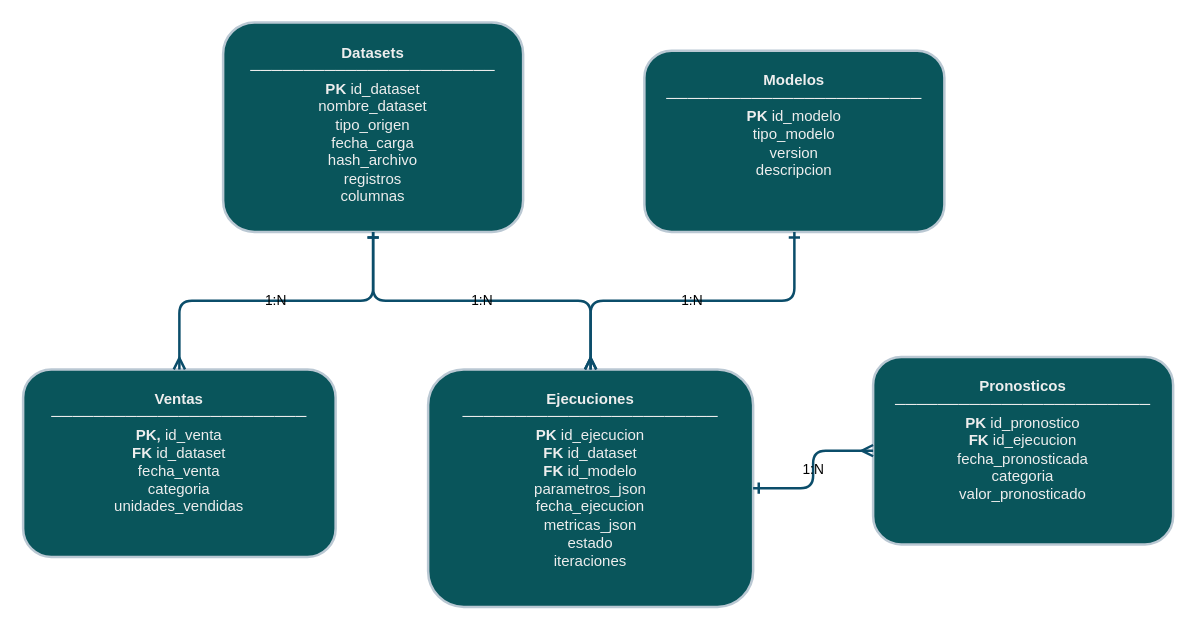
The draw.io diagram doc/diagramas/Modelo_sistema.drawio in roguef07/TFM_Equipo_15, before the edit. Source tidied: cells renumbered, new cells numbered last; positions are measured from the earlier drawing's top-left corner, leaving out a move shared by most shapes. Both pictures are drawn from the tidied source at 125%, with x=0, y=0 at pixel (22, 21).
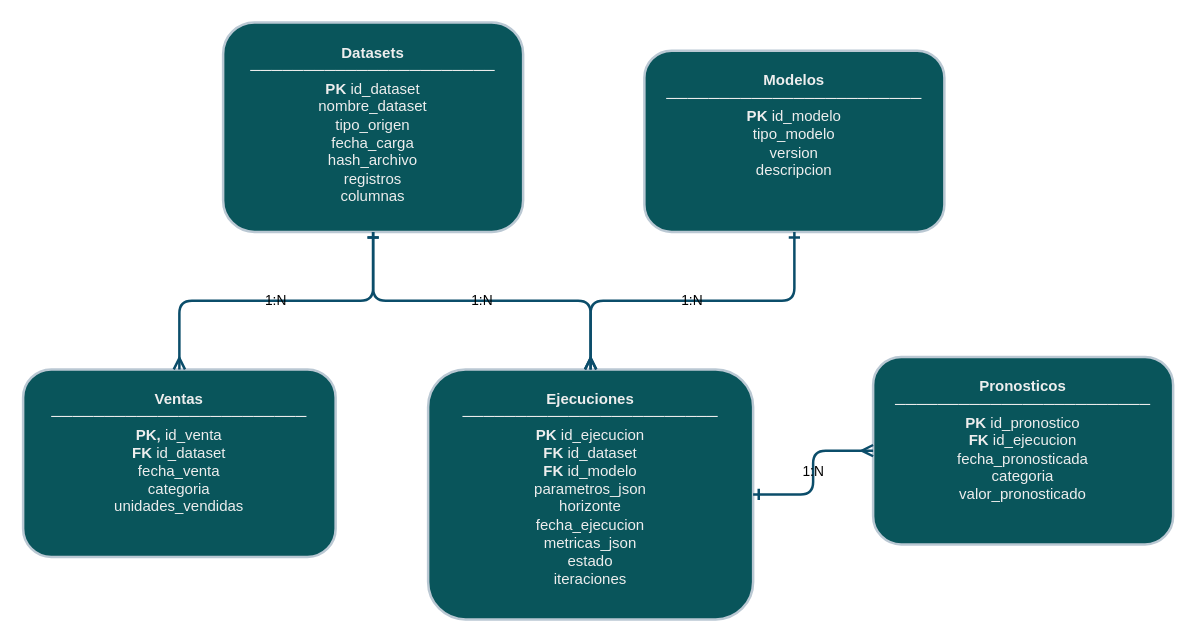
Above is the later version.

Commit message (it also covers changes not shown here):
corregido diagrama

What changed in the source:
```diff
@@
 <mxGraphModel>
   <root>
     <mxCell id="0" />
     <mxCell id="1" parent="0" />
     <mxCell id="2" value="&lt;font style=&quot;&quot;&gt;Datasets&lt;br&gt;───────────────────────&lt;br&gt;PK&lt;span style=&quot;font-weight: normal;&quot;&gt; id_dataset&lt;br&gt;nombre_dataset&lt;br&gt;tipo_origen&lt;br&gt;fecha_carga&lt;br&gt;hash_archivo&lt;br&gt;registros&lt;/span&gt;&lt;/font&gt;&lt;div&gt;&lt;font style=&quot;&quot;&gt;&lt;span style=&quot;font-weight: normal;&quot;&gt;columnas&lt;/span&gt;&lt;/font&gt;&lt;/div&gt;" style="rounded=1;whiteSpace=wrap;html=1;strokeWidth=2;fontFamily=Helvetica;fontSize=12;fontStyle=1;align=center;verticalAlign=top;spacingTop=10;labelBackgroundColor=none;fillColor=#09555B;strokeColor=#BAC8D3;fontColor=#EEEEEE;" parent="1" vertex="1">
       <mxGeometry x="160" y="0.5" width="240" height="167.5" as="geometry" />
     </mxCell>
     <mxCell id="3" value="&lt;font style=&quot;&quot;&gt;Modelos&lt;br&gt;────────────────────────&lt;br&gt;PK &lt;span style=&quot;font-weight: normal;&quot;&gt;id_modelo&lt;br&gt;&lt;/span&gt;&lt;/font&gt;&lt;div&gt;&lt;font style=&quot;&quot;&gt;&lt;span style=&quot;font-weight: normal;&quot;&gt;tipo_modelo&lt;/span&gt;&lt;/font&gt;&lt;/div&gt;&lt;div&gt;&lt;font style=&quot;&quot;&gt;&lt;span style=&quot;font-weight: normal;&quot;&gt;version&lt;br&gt;descripcion&lt;/span&gt;&lt;/font&gt;&lt;/div&gt;" style="rounded=1;whiteSpace=wrap;html=1;strokeWidth=2;fontFamily=Helvetica;fontSize=12;fontStyle=1;align=center;verticalAlign=top;spacingTop=10;labelBackgroundColor=none;fillColor=#09555B;strokeColor=#BAC8D3;fontColor=#EEEEEE;" parent="1" vertex="1">
       <mxGeometry x="497" y="23" width="240" height="145" as="geometry" />
     </mxCell>
     <mxCell id="4" value="&lt;font style=&quot;&quot;&gt;Ventas&lt;br&gt;────────────────────────&lt;br&gt;PK,&amp;nbsp;&lt;span style=&quot;font-weight: normal;&quot;&gt;id_venta&lt;/span&gt;&lt;br&gt;FK&lt;span style=&quot;font-weight: normal;&quot;&gt; id_dataset&lt;/span&gt;&lt;br&gt;&lt;span style=&quot;font-weight: normal;&quot;&gt;fecha_venta&lt;br&gt;categoria&lt;/span&gt;&lt;/font&gt;&lt;div&gt;&lt;font style=&quot;&quot;&gt;&lt;span style=&quot;font-weight: normal;&quot;&gt;unidades_vendidas&lt;/span&gt;&lt;/font&gt;&lt;/div&gt;" style="rounded=1;whiteSpace=wrap;html=1;strokeWidth=2;fontFamily=Helvetica;fontSize=12;fontStyle=1;align=center;verticalAlign=top;spacingTop=10;labelBackgroundColor=none;fillColor=#09555B;strokeColor=#BAC8D3;fontColor=#EEEEEE;" parent="1" vertex="1">
       <mxGeometry y="278" width="250" height="150" as="geometry" />
     </mxCell>
-    <mxCell id="5" value="&lt;font style=&quot;&quot;&gt;Ejecuciones&lt;br&gt;────────────────────────&lt;br&gt;PK &lt;span style=&quot;font-weight: normal;&quot;&gt;id_ejecucion&lt;/span&gt;&lt;br&gt;FK &lt;span style=&quot;font-weight: normal;&quot;&gt;id_dataset&lt;/span&gt;&lt;br&gt;FK &lt;span style=&quot;font-weight: normal;&quot;&gt;id_modelo&lt;br&gt;parametros_json&lt;br&gt;fecha_ejecucion&lt;br&gt;metricas_json&lt;br&gt;estado&lt;br&gt;iteraciones&lt;/span&gt;&lt;/font&gt;" style="rounded=1;whiteSpace=wrap;html=1;strokeWidth=2;fontFamily=Helvetica;fontSize=12;fontStyle=1;align=center;verticalAlign=top;spacingTop=10;labelBackgroundColor=none;fillColor=#09555B;strokeColor=#BAC8D3;fontColor=#EEEEEE;" parent="1" vertex="1">
-      <mxGeometry x="324" y="278" width="260" height="190" as="geometry" />
+    <mxCell id="5" value="&lt;font style=&quot;&quot;&gt;Ejecuciones&lt;br&gt;────────────────────────&lt;br&gt;PK &lt;span style=&quot;font-weight: normal;&quot;&gt;id_ejecucion&lt;/span&gt;&lt;br&gt;FK &lt;span style=&quot;font-weight: normal;&quot;&gt;id_dataset&lt;/span&gt;&lt;br&gt;FK &lt;span style=&quot;font-weight: normal;&quot;&gt;id_modelo&lt;br&gt;parametros_json&lt;/span&gt;&lt;/font&gt;&lt;div&gt;&lt;font style=&quot;&quot;&gt;&lt;span style=&quot;font-weight: normal;&quot;&gt;horizonte&lt;br&gt;fecha_ejecucion&lt;br&gt;metricas_json&lt;br&gt;estado&lt;br&gt;iteraciones&lt;/span&gt;&lt;/font&gt;&lt;/div&gt;" style="rounded=1;whiteSpace=wrap;html=1;strokeWidth=2;fontFamily=Helvetica;fontSize=12;fontStyle=1;align=center;verticalAlign=top;spacingTop=10;labelBackgroundColor=none;fillColor=#09555B;strokeColor=#BAC8D3;fontColor=#EEEEEE;" parent="1" vertex="1">
+      <mxGeometry x="324" y="278" width="260" height="200" as="geometry" />
     </mxCell>
     <mxCell id="6" value="&lt;font style=&quot;&quot;&gt;Pronosticos&lt;br&gt;────────────────────────&lt;br&gt;PK &lt;span style=&quot;font-weight: normal;&quot;&gt;id_pronostico&lt;/span&gt;&lt;br&gt;FK&lt;span style=&quot;font-weight: normal;&quot;&gt; id_ejecucion&lt;br&gt;fecha_pronosticada&lt;br&gt;categoria&lt;br&gt;valor_pronosticado&lt;/span&gt;&lt;/font&gt;" style="rounded=1;whiteSpace=wrap;html=1;strokeWidth=2;fontFamily=Helvetica;fontSize=12;fontStyle=1;align=center;verticalAlign=top;spacingTop=10;labelBackgroundColor=none;fillColor=#09555B;strokeColor=#BAC8D3;fontColor=#EEEEEE;" parent="1" vertex="1">
       <mxGeometry x="680" y="268" width="240" height="150" as="geometry" />
     </mxCell>
     <mxCell id="7" value="1:N" style="edgeStyle=orthogonalEdgeStyle;rounded=1;html=1;strokeWidth=2;startArrow=ERone;endArrow=ERmany;startFill=1;endFill=1;labelBackgroundColor=none;fontColor=default;strokeColor=#0B4D6A;" parent="1" edge="1" source="2" target="4">
       <mxGeometry relative="1" as="geometry" />
     </mxCell>
     <mxCell id="8" value="1:N" style="edgeStyle=orthogonalEdgeStyle;rounded=1;html=1;strokeWidth=2;startArrow=ERone;endArrow=ERmany;startFill=1;endFill=1;labelBackgroundColor=none;fontColor=default;strokeColor=#0B4D6A;" parent="1" edge="1" source="2" target="5">
       <mxGeometry relative="1" as="geometry" />
     </mxCell>
     <mxCell id="9" value="1:N" style="edgeStyle=orthogonalEdgeStyle;rounded=1;html=1;strokeWidth=2;startArrow=ERone;endArrow=ERmany;startFill=1;endFill=1;labelBackgroundColor=none;fontColor=default;strokeColor=#0B4D6A;" parent="1" edge="1" source="3" target="5">
       <mxGeometry relative="1" as="geometry" />
     </mxCell>
     <mxCell id="10" value="1:N" style="edgeStyle=orthogonalEdgeStyle;rounded=1;html=1;strokeWidth=2;startArrow=ERone;endArrow=ERmany;startFill=1;endFill=1;labelBackgroundColor=none;fontColor=default;strokeColor=#0B4D6A;" parent="1" edge="1" source="5" target="6">
       <mxGeometry relative="1" as="geometry" />
     </mxCell>
   </root>
 </mxGraphModel>
```
